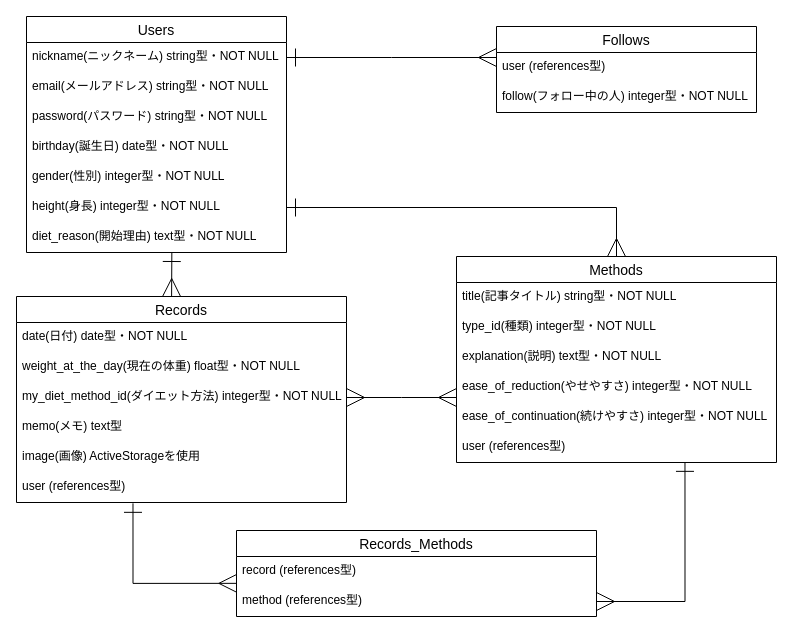
This is database.dio from NUKEDO/diet-app-31127, a draw.io file, before an edit. Source tidied: cells renumbered, new cells numbered last; positions are measured from the earlier drawing's top-left corner, leaving out a move shared by most shapes. Both pictures are drawn from the tidied source at 100%, with x=0, y=0 at pixel (16, 16).
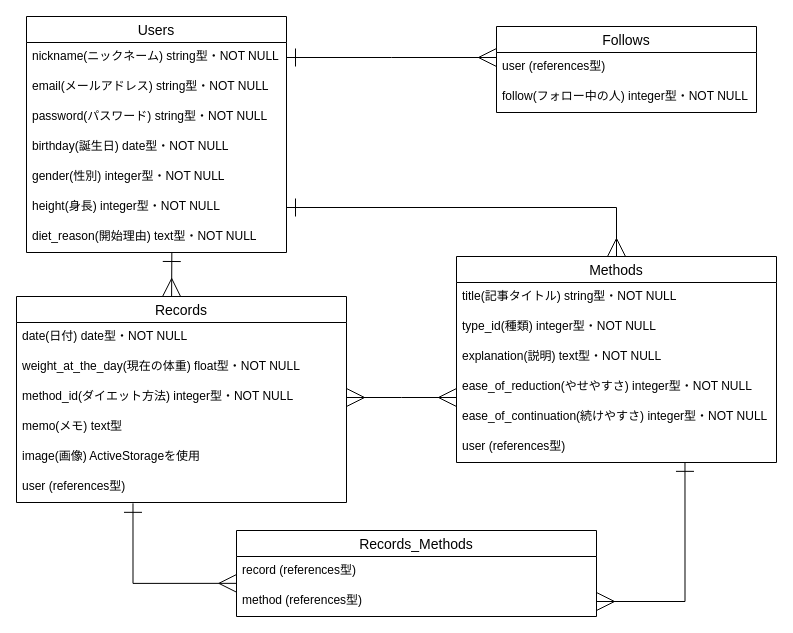
The same diagram, later.

The change refers to these unchanged cells:
```xml
<mxCell id="29" value="Records" style="swimlane;fontStyle=0;horizontal=1;startSize=26;align=center;fontSize=14;" parent="1" vertex="1">
  <mxGeometry y="280" width="330" height="206" as="geometry" />
</mxCell>
```

The edit, as a diff of the source:
```diff
@@
-    <mxCell id="32" value="my_diet_method_id(ダイエット方法) integer型・NOT NULL" style="text;strokeColor=none;fillColor=none;spacingLeft=4;spacingRight=4;overflow=hidden;points=[[0,0.5],[1,0.5]];portConstraint=eastwest;fontSize=12;" parent="29" vertex="1">
+    <mxCell id="32" value="method_id(ダイエット方法) integer型・NOT NULL" style="text;strokeColor=none;fillColor=none;spacingLeft=4;spacingRight=4;overflow=hidden;points=[[0,0.5],[1,0.5]];portConstraint=eastwest;fontSize=12;" parent="29" vertex="1">
       <mxGeometry y="86" width="330" height="30" as="geometry" />
     </mxCell>
```
